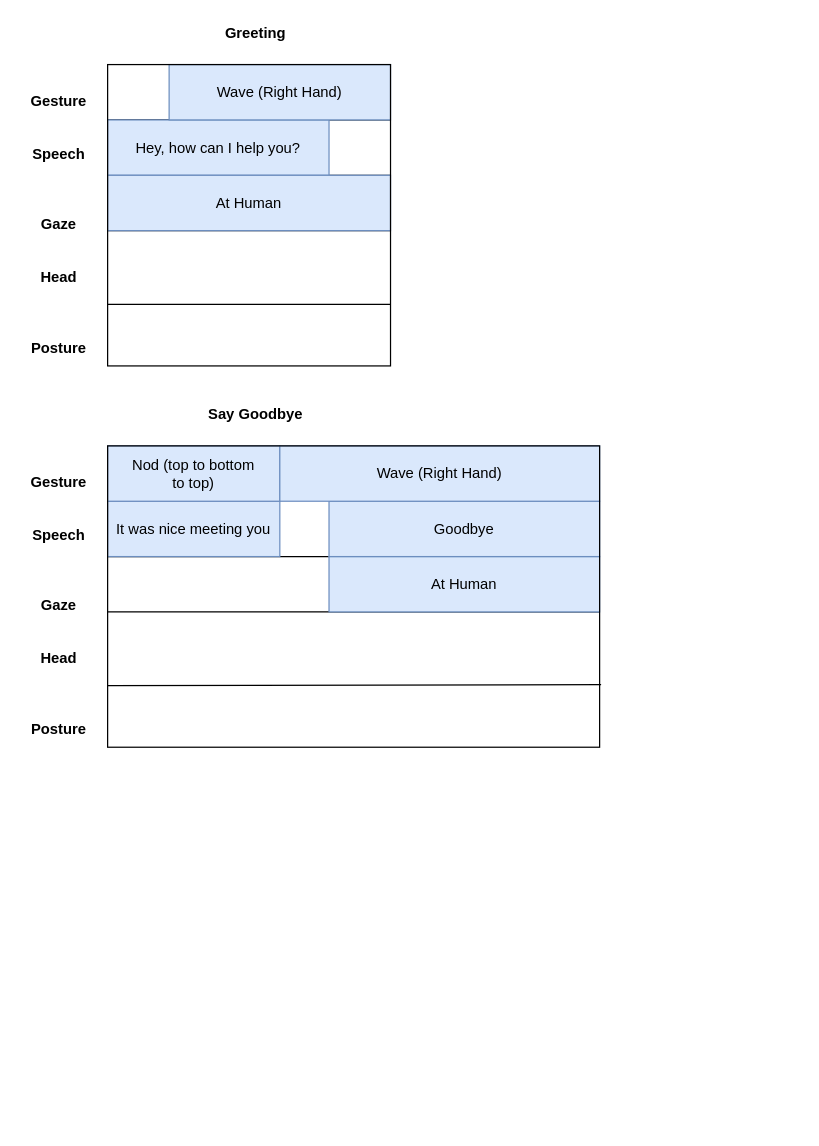
The draw.io diagram project/BML-diagramms.drawio in DaniAffCH/hcir-assignments, before the edit. Source tidied: cells renumbered, new cells numbered last; positions are measured from the earlier drawing's top-left corner, leaving out a move shared by most shapes. Both pictures are drawn from the tidied source at 123%, with x=0, y=0 at pixel (21, 21).
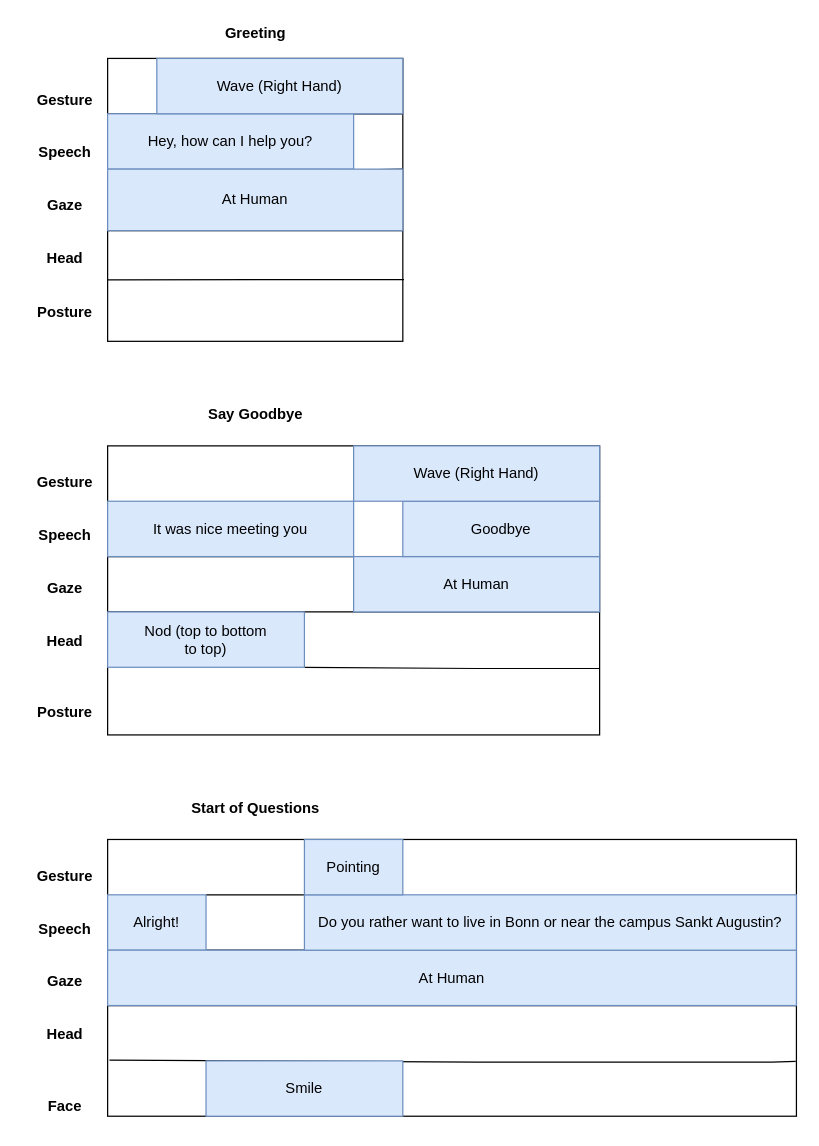
Above is the later version.

Change to the diagram source:
```diff
@@
+    <mxCell id="23" style="rounded=0;whiteSpace=wrap;html=1;fillColor=none;" parent="1" vertex="1">
+      <mxGeometry x="70" y="30" width="240" height="230" as="geometry" />
+    </mxCell>
+    <mxCell id="22" style="rounded=0;whiteSpace=wrap;html=1;fillColor=none;" parent="1" vertex="1">
+      <mxGeometry x="70" y="345" width="400" height="235" as="geometry" />
+    </mxCell>
-    <mxCell id="2" value="&lt;b&gt;Gesture&lt;br&gt;&lt;br&gt;&lt;br&gt;Speech&lt;br&gt;&lt;br&gt;&lt;br&gt;&lt;br&gt;Gaze&lt;br&gt;&lt;br&gt;&lt;br&gt;Head&lt;br&gt;&lt;br&gt;&lt;br&gt;&lt;br&gt;Posture&lt;/b&gt;" style="text;html=1;align=center;verticalAlign=middle;strokeColor=none;fillColor=none;" parent="1" vertex="1">
-      <mxGeometry y="55" width="60" height="220" as="geometry" />
+    <mxCell id="2" value="&lt;b&gt;Gesture&lt;br&gt;&lt;br&gt;&lt;br&gt;Speech&lt;br&gt;&lt;br&gt;&lt;br&gt;Gaze&lt;br&gt;&lt;br&gt;&lt;br&gt;Head&lt;br&gt;&lt;br&gt;&lt;br&gt;Posture&lt;/b&gt;" style="text;html=1;align=center;verticalAlign=middle;strokeColor=none;fillColor=none;" parent="1" vertex="1">
+      <mxGeometry y="50" width="70" height="200" as="geometry" />
     </mxCell>
-    <mxCell id="3" style="endArrow=none;html=1;rounded=0;entryX=1;entryY=1;entryDx=0;entryDy=0;" parent="1" edge="1" target="8">
-      <mxGeometry relative="1" as="geometry">
-        <mxPoint x="70" y="80" as="sourcePoint" />
-      </mxGeometry>
+    <mxCell id="3" style="endArrow=none;html=1;rounded=0;entryX=1;entryY=1;entryDx=0;entryDy=0;exitX=0;exitY=0;exitDx=0;exitDy=0;" parent="1" edge="1" source="7" target="8">
+      <mxGeometry relative="1" as="geometry" />
     </mxCell>
@@
-    <mxCell id="5" style="endArrow=none;html=1;rounded=0;entryX=1;entryY=1;entryDx=0;entryDy=0;" parent="1" edge="1" target="9">
-      <mxGeometry relative="1" as="geometry">
-        <mxPoint x="70" y="170" as="sourcePoint" />
-      </mxGeometry>
+    <mxCell id="5" style="endArrow=none;html=1;rounded=0;entryX=1;entryY=1;entryDx=0;entryDy=0;exitX=0;exitY=1;exitDx=0;exitDy=0;" parent="1" edge="1" source="9" target="9">
+      <mxGeometry relative="1" as="geometry" />
     </mxCell>
-    <mxCell id="6" style="endArrow=none;html=1;rounded=0;" parent="1" edge="1">
+    <mxCell id="6" style="endArrow=none;html=1;rounded=0;entryX=1.004;entryY=0.782;entryDx=0;entryDy=0;entryPerimeter=0;" parent="1" edge="1" target="23">
       <mxGeometry relative="1" as="geometry">
-        <mxPoint x="70" y="230" as="sourcePoint" />
-        <mxPoint x="300" y="230" as="targetPoint" />
+        <mxPoint x="70" y="210" as="sourcePoint" />
       </mxGeometry>
     </mxCell>
     <mxCell id="7" value="Hey, how can I help you?" style="rounded=0;whiteSpace=wrap;html=1;fillColor=#dae8fc;strokeColor=#6c8ebf;" parent="1" vertex="1">
-      <mxGeometry x="70" y="80" width="180" height="45" as="geometry" />
+      <mxGeometry x="70" y="75" width="200" height="45" as="geometry" />
     </mxCell>
     <mxCell id="8" value="Wave (Right Hand)" style="rounded=0;whiteSpace=wrap;html=1;fillColor=#dae8fc;strokeColor=#6c8ebf;" parent="1" vertex="1">
-      <mxGeometry x="120" y="35" width="180" height="45" as="geometry" />
+      <mxGeometry x="110" y="30" width="200" height="45" as="geometry" />
     </mxCell>
     <mxCell id="9" value="At Human" style="rounded=0;whiteSpace=wrap;html=1;fillColor=#dae8fc;strokeColor=#6c8ebf;" parent="1" vertex="1">
-      <mxGeometry x="70" y="125" width="230" height="45" as="geometry" />
+      <mxGeometry x="70" y="120" width="240" height="50" as="geometry" />
     </mxCell>
@@
-    <mxCell id="11" value="&lt;b&gt;Gesture&lt;br&gt;&lt;br&gt;&lt;br&gt;Speech&lt;br&gt;&lt;br&gt;&lt;br&gt;&lt;br&gt;Gaze&lt;br&gt;&lt;br&gt;&lt;br&gt;Head&lt;br&gt;&lt;br&gt;&lt;br&gt;&lt;br&gt;Posture&lt;/b&gt;" style="text;html=1;align=center;verticalAlign=middle;strokeColor=none;fillColor=none;" parent="1" vertex="1">
-      <mxGeometry y="365" width="60" height="220" as="geometry" />
+    <mxCell id="11" value="&lt;b&gt;Gesture&lt;br&gt;&lt;br&gt;&lt;br&gt;Speech&lt;br&gt;&lt;br&gt;&lt;br&gt;Gaze&lt;br&gt;&lt;br&gt;&lt;br&gt;Head&lt;br&gt;&lt;br&gt;&lt;br&gt;&lt;br&gt;Posture&lt;/b&gt;" style="text;html=1;align=center;verticalAlign=middle;strokeColor=none;fillColor=none;" parent="1" vertex="1">
+      <mxGeometry y="357.5" width="70" height="220" as="geometry" />
     </mxCell>
-    <mxCell id="12" style="endArrow=none;html=1;rounded=0;entryX=1;entryY=1;entryDx=0;entryDy=0;" parent="1" edge="1" target="17">
-      <mxGeometry relative="1" as="geometry">
-        <mxPoint x="70" y="390" as="sourcePoint" />
-      </mxGeometry>
-    </mxCell>
@@
-    <mxCell id="15" style="endArrow=none;html=1;rounded=0;entryX=1.003;entryY=0.792;entryDx=0;entryDy=0;entryPerimeter=0;" parent="1" edge="1" target="22">
+    <mxCell id="15" style="endArrow=none;html=1;rounded=0;exitX=1;exitY=1;exitDx=0;exitDy=0;" parent="1" edge="1" source="17">
       <mxGeometry relative="1" as="geometry">
-        <mxPoint x="70" y="540" as="sourcePoint" />
+        <mxPoint x="470" y="526" as="targetPoint" />
+        <Array as="points">
+          <mxPoint x="370" y="526" />
+        </Array>
       </mxGeometry>
     </mxCell>
     <mxCell id="16" value="It was nice meeting you" style="rounded=0;whiteSpace=wrap;html=1;fillColor=#dae8fc;strokeColor=#6c8ebf;" parent="1" vertex="1">
-      <mxGeometry x="70" y="390" width="140" height="45" as="geometry" />
+      <mxGeometry x="70" y="390" width="200" height="45" as="geometry" />
     </mxCell>
     <mxCell id="17" value="Nod (top to bottom &lt;br&gt;to top)" style="rounded=0;whiteSpace=wrap;html=1;fillColor=#dae8fc;strokeColor=#6c8ebf;" parent="1" vertex="1">
-      <mxGeometry x="70" y="345" width="140" height="45" as="geometry" />
+      <mxGeometry x="70" y="480" width="160" height="45" as="geometry" />
     </mxCell>
     <mxCell id="18" value="At Human" style="rounded=0;whiteSpace=wrap;html=1;fillColor=#dae8fc;strokeColor=#6c8ebf;" parent="1" vertex="1">
-      <mxGeometry x="250" y="435" width="220" height="45" as="geometry" />
+      <mxGeometry x="270" y="435" width="200" height="45" as="geometry" />
     </mxCell>
@@
     <mxCell id="20" value="Goodbye" style="rounded=0;whiteSpace=wrap;html=1;fillColor=#dae8fc;strokeColor=#6c8ebf;" parent="1" vertex="1">
-      <mxGeometry x="250" y="390" width="220" height="45" as="geometry" />
+      <mxGeometry x="310" y="390" width="160" height="45" as="geometry" />
     </mxCell>
     <mxCell id="21" value="Wave (Right Hand)" style="rounded=0;whiteSpace=wrap;html=1;fillColor=#dae8fc;strokeColor=#6c8ebf;" parent="1" vertex="1">
-      <mxGeometry x="210" y="345" width="260" height="45" as="geometry" />
+      <mxGeometry x="270" y="345" width="200" height="45" as="geometry" />
     </mxCell>
-    <mxCell id="22" style="rounded=0;whiteSpace=wrap;html=1;fillColor=none;" parent="1" vertex="1">
-      <mxGeometry x="70" y="345" width="400" height="245" as="geometry" />
-    </mxCell>
-    <mxCell id="23" style="rounded=0;whiteSpace=wrap;html=1;fillColor=none;" parent="1" vertex="1">
-      <mxGeometry x="70" y="35" width="230" height="245" as="geometry" />
-    </mxCell>
+    <mxCell id="24" style="rounded=0;whiteSpace=wrap;html=1;fillColor=none;" parent="1" vertex="1">
+      <mxGeometry x="70" y="665" width="560" height="225" as="geometry" />
+    </mxCell>
+    <mxCell id="25" value="&lt;b&gt;Gesture&lt;br&gt;&lt;br&gt;&lt;br&gt;Speech&lt;br&gt;&lt;br&gt;&lt;br&gt;Gaze&lt;br&gt;&lt;br&gt;&lt;br&gt;Head&lt;br&gt;&lt;br&gt;&lt;br&gt;&lt;br&gt;Face&lt;/b&gt;" style="text;html=1;align=center;verticalAlign=middle;points=[];strokeColor=none;fillColor=none;" parent="1" vertex="1">
+      <mxGeometry y="677.5" width="70" height="220" as="geometry" />
+    </mxCell>
+    <mxCell id="26" style="endArrow=none;html=1;rounded=0;entryX=1;entryY=0;entryDx=0;entryDy=0;" parent="1" edge="1" target="31">
+      <mxGeometry relative="1" as="geometry">
+        <mxPoint x="70" y="755" as="sourcePoint" />
+      </mxGeometry>
+    </mxCell>
+    <mxCell id="27" style="endArrow=none;html=1;rounded=0;entryX=1;entryY=1;entryDx=0;entryDy=0;" parent="1" edge="1" target="31">
+      <mxGeometry relative="1" as="geometry">
+        <mxPoint x="70" y="800" as="sourcePoint" />
+      </mxGeometry>
+    </mxCell>
+    <mxCell id="28" style="endArrow=none;html=1;rounded=0;exitX=1.021;exitY=0.759;exitDx=0;exitDy=0;exitPerimeter=0;entryX=0.999;entryY=0.802;entryDx=0;entryDy=0;entryPerimeter=0;" parent="1" edge="1" source="25" target="24">
+      <mxGeometry relative="1" as="geometry">
+        <Array as="points">
+          <mxPoint x="370" y="846" />
+          <mxPoint x="610" y="846" />
+        </Array>
+      </mxGeometry>
+    </mxCell>
+    <mxCell id="29" style="edgeStyle=none;html=1;fontSize=12;exitX=1;exitY=0;exitDx=0;exitDy=0;entryX=0;entryY=0;entryDx=0;entryDy=0;endArrow=none;endFill=0;" parent="1" edge="1" source="30" target="33">
+      <mxGeometry relative="1" as="geometry">
+        <Array as="points">
+          <mxPoint x="170" y="710" />
+        </Array>
+      </mxGeometry>
+    </mxCell>
+    <mxCell id="30" value="Alright!" style="rounded=0;whiteSpace=wrap;html=1;fillColor=#dae8fc;strokeColor=#6c8ebf;" parent="1" vertex="1">
+      <mxGeometry x="70" y="710" width="80" height="45" as="geometry" />
+    </mxCell>
+    <mxCell id="31" value="At Human" style="rounded=0;whiteSpace=wrap;html=1;fillColor=#dae8fc;strokeColor=#6c8ebf;" parent="1" vertex="1">
+      <mxGeometry x="70" y="755" width="560" height="45" as="geometry" />
+    </mxCell>
+    <mxCell id="32" value="&lt;b&gt;Start of Questions&lt;/b&gt;" style="text;html=1;align=center;verticalAlign=middle;strokeColor=none;fillColor=none;" parent="1" vertex="1">
+      <mxGeometry x="125" y="625" width="130" height="30" as="geometry" />
+    </mxCell>
+    <mxCell id="33" value="Do you rather want to live in Bonn or near the campus Sankt Augustin?" style="rounded=0;whiteSpace=wrap;html=1;fillColor=#dae8fc;strokeColor=#6c8ebf;" parent="1" vertex="1">
+      <mxGeometry x="230" y="710" width="400" height="45" as="geometry" />
+    </mxCell>
+    <mxCell id="34" value="Smile" style="rounded=0;whiteSpace=wrap;html=1;fillColor=#dae8fc;strokeColor=#6c8ebf;" parent="1" vertex="1">
+      <mxGeometry x="150" y="845" width="160" height="45" as="geometry" />
+    </mxCell>
+    <mxCell id="35" value="Pointing" style="rounded=0;whiteSpace=wrap;html=1;fillColor=#dae8fc;strokeColor=#6c8ebf;" parent="1" vertex="1">
+      <mxGeometry x="230" y="665" width="80" height="45" as="geometry" />
+    </mxCell>
```
